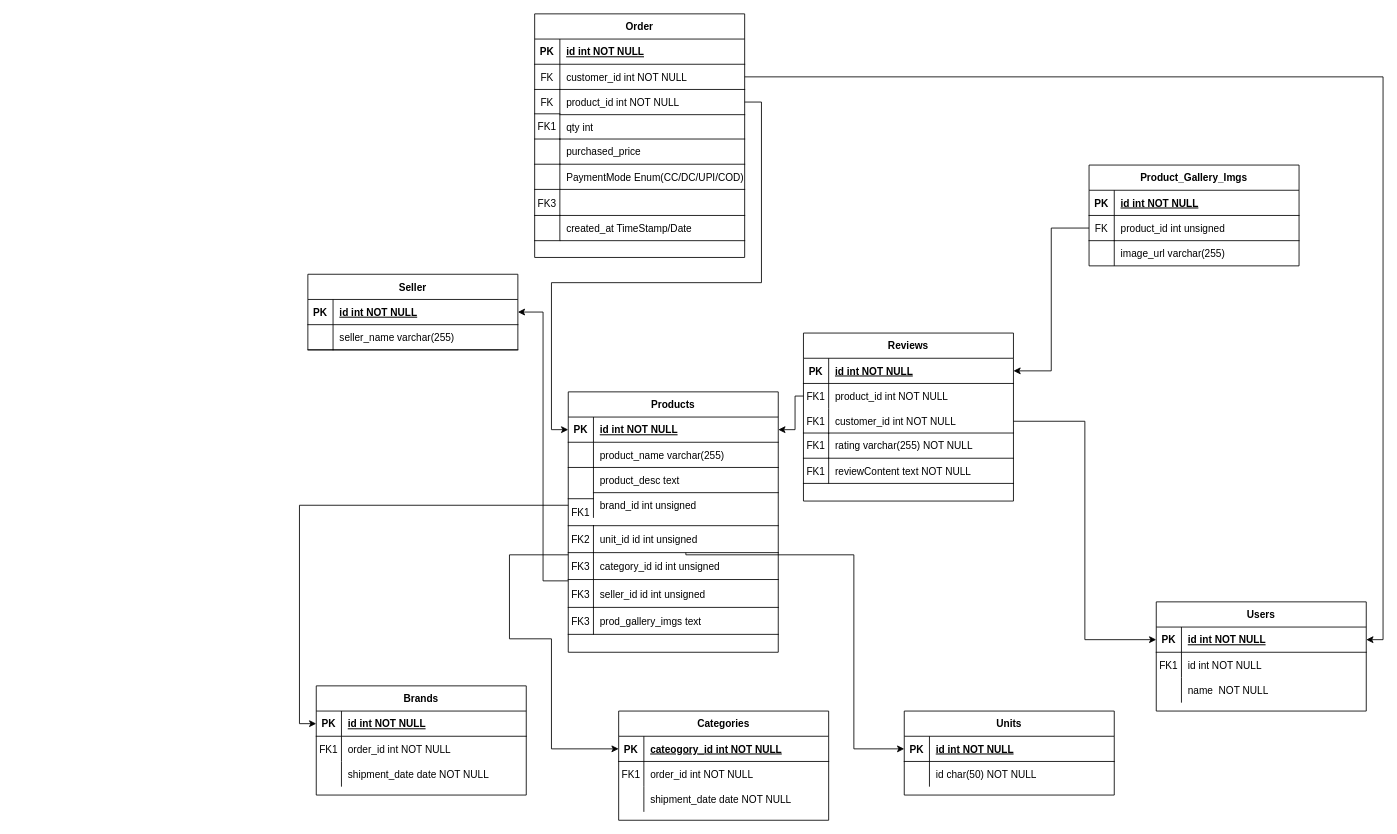
The draw.io diagram database/migrations/Untitled Diagram.drawio in yashmali408/new-laravel-project-, before the edit. Source tidied: cells renumbered, new cells numbered last; positions are measured from the earlier drawing's top-left corner, leaving out a move shared by most shapes. Both pictures are drawn from the tidied source at 84%, with x=0, y=0 at pixel (307, 13).
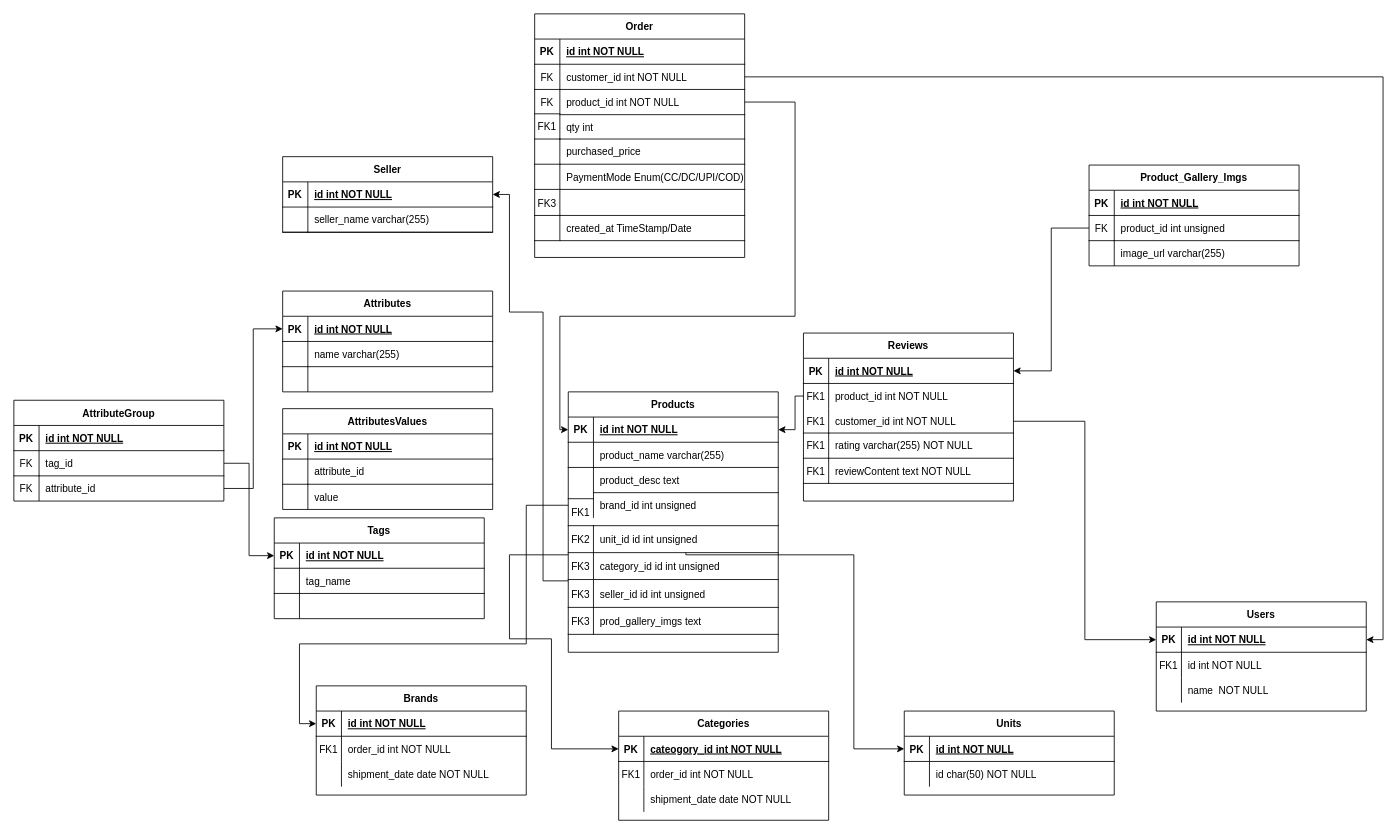
After the change.

Unchanged cells that the change refers to:
```xml
<mxCell id="3" style="shape=partialRectangle;fillColor=none;points=[[0,0.5],[1,0.5]];portConstraint=eastwest;top=0;left=0;right=0;bottom=1;" parent="2" vertex="1">
  <mxGeometry y="30" width="250" height="30" as="geometry" />
</mxCell>
<mxCell id="39" value="FK3" style="shape=partialRectangle;overflow=hidden;fillColor=none;top=0;left=0;bottom=1;right=0;" parent="37" vertex="1">
  <mxGeometry y="224.5" width="30" height="32.1" as="geometry" />
</mxCell>
<mxCell id="42" style="shape=partialRectangle;fillColor=none;points=[[0,0.5],[1,0.5]];portConstraint=eastwest;top=0;left=0;right=0;bottom=1;" parent="41" vertex="1">
  <mxGeometry y="30" width="250" height="30" as="geometry" />
</mxCell>
<mxCell id="51" style="shape=partialRectangle;fillColor=none;points=[[0,0.5],[1,0.5]];portConstraint=eastwest;top=0;left=0;right=0;bottom=0;" parent="41" vertex="1">
  <mxGeometry y="120" width="250" height="30" as="geometry" />
</mxCell>
<mxCell id="91" style="shape=partialRectangle;fillColor=none;points=[[0,0.5],[1,0.5]];portConstraint=eastwest;top=0;left=0;right=0;bottom=1;" parent="90" vertex="1">
  <mxGeometry y="30" width="250" height="30" as="geometry" />
</mxCell>
<mxCell id="130" style="shape=partialRectangle;fillColor=none;points=[[0,0.5],[1,0.5]];portConstraint=eastwest;top=0;left=0;right=0;bottom=0;" parent="123" vertex="1">
  <mxGeometry y="90" width="250" height="30" as="geometry" />
</mxCell>
```

Diff of the diagram source:
```diff
@@
     <mxCell id="29" style="edgeStyle=orthogonalEdgeStyle;rounded=0;jettySize=auto;html=1;entryX=0;entryY=0.5;entryDx=0;entryDy=0;" parent="1" edge="1" source="51" target="3">
-      <mxGeometry relative="1" as="geometry" />
+      <mxGeometry relative="1" as="geometry">
+        <Array as="points">
+          <mxPoint x="260" y="585" />
+          <mxPoint x="260" y="750" />
+          <mxPoint x="-10" y="750" />
+          <mxPoint x="-10" y="845" />
+        </Array>
+      </mxGeometry>
     </mxCell>
@@
     <mxCell id="87" style="group;" parent="1" vertex="1">
-      <mxGeometry y="310" width="250" height="120" as="geometry" />
+      <mxGeometry x="-30" y="170" width="250" height="120" as="geometry" />
     </mxCell>
@@
     <mxCell id="97" style="edgeStyle=orthogonalEdgeStyle;rounded=0;jettySize=auto;html=1;entryX=1;entryY=0.5;entryDx=0;entryDy=0;" parent="1" edge="1" source="39" target="91">
       <mxGeometry relative="1" as="geometry">
         <Array as="points">
           <mxPoint x="280" y="675" />
           <mxPoint x="280" y="355" />
+          <mxPoint x="240" y="355" />
+          <mxPoint x="240" y="215" />
         </Array>
       </mxGeometry>
     </mxCell>
@@
     <mxCell id="141" style="edgeStyle=orthogonalEdgeStyle;rounded=0;jettySize=auto;html=1;entryX=0;entryY=0.5;entryDx=0;entryDy=0;" parent="1" edge="1" source="130" target="42">
       <mxGeometry relative="1" as="geometry">
         <Array as="points">
-          <mxPoint x="540" y="105" />
-          <mxPoint x="540" y="320" />
-          <mxPoint x="290" y="320" />
-          <mxPoint x="290" y="495" />
+          <mxPoint x="580" y="105" />
+          <mxPoint x="580" y="360" />
+          <mxPoint x="300" y="360" />
+          <mxPoint x="300" y="495" />
         </Array>
       </mxGeometry>
     </mxCell>
+    <mxCell id="142" style="group;" parent="1" vertex="1">
+      <mxGeometry x="-30" y="330" width="250" height="120" as="geometry" />
+    </mxCell>
+    <mxCell id="143" value="Attributes" style="shape=table;startSize=30;childLayout=tableLayout;rowLines=0;fontStyle=1;align=center;" parent="142" vertex="1">
+      <mxGeometry width="250" height="120" as="geometry" />
+    </mxCell>
+    <mxCell id="144" style="shape=partialRectangle;fillColor=none;points=[[0,0.5],[1,0.5]];portConstraint=eastwest;top=0;left=0;right=0;bottom=1;" parent="143" vertex="1">
+      <mxGeometry y="30" width="250" height="30" as="geometry" />
+    </mxCell>
+    <mxCell id="145" value="PK" style="shape=partialRectangle;overflow=hidden;fillColor=none;top=0;left=0;bottom=0;right=0;fontStyle=1;" parent="144" vertex="1">
+      <mxGeometry width="30" height="30" as="geometry" />
+    </mxCell>
+    <mxCell id="146" value="id int NOT NULL " style="shape=partialRectangle;overflow=hidden;fillColor=none;top=0;left=0;bottom=0;right=0;align=left;spacingLeft=6;fontStyle=5;" parent="144" vertex="1">
+      <mxGeometry x="30" width="220" height="30" as="geometry" />
+    </mxCell>
+    <mxCell id="147" style="shape=partialRectangle;fillColor=none;top=0;left=0;right=0;bottom=0;" parent="143" vertex="1">
+      <mxGeometry y="60" width="250" height="30" as="geometry" />
+    </mxCell>
+    <mxCell id="148" style="shape=partialRectangle;overflow=hidden;fillColor=none;top=0;left=0;bottom=1;right=0;" parent="147" vertex="1">
+      <mxGeometry width="30" height="30" as="geometry" />
+    </mxCell>
+    <mxCell id="149" value="name varchar(255)" style="shape=partialRectangle;overflow=hidden;fillColor=none;top=0;left=0;bottom=1;right=0;align=left;spacingLeft=6;" parent="147" vertex="1">
+      <mxGeometry x="30" width="220" height="30" as="geometry" />
+    </mxCell>
+    <mxCell id="150" style="shape=partialRectangle;fillColor=none;top=0;left=0;right=0;bottom=0;" parent="143" vertex="1">
+      <mxGeometry y="90" width="250" height="30" as="geometry" />
+    </mxCell>
+    <mxCell id="151" style="shape=partialRectangle;overflow=hidden;fillColor=none;top=0;left=0;bottom=0;right=0;" parent="150" vertex="1">
+      <mxGeometry width="30" height="30" as="geometry" />
+    </mxCell>
+    <mxCell id="152" style="shape=partialRectangle;overflow=hidden;fillColor=none;top=0;left=0;bottom=0;right=0;align=left;spacingLeft=6;" parent="150" vertex="1">
+      <mxGeometry x="30" width="220" height="30" as="geometry" />
+    </mxCell>
+    <mxCell id="153" style="shape=partialRectangle;overflow=hidden;fillColor=none;top=0;left=0;bottom=0;right=0;" parent="142" vertex="1">
+      <mxGeometry y="54" width="30" height="18" as="geometry" />
+    </mxCell>
+    <mxCell id="154" style="group;" parent="1" vertex="1">
+      <mxGeometry x="-350" y="460" width="250" height="120" as="geometry" />
+    </mxCell>
+    <mxCell id="155" value="AttributeGroup" style="shape=table;startSize=30;childLayout=tableLayout;rowLines=0;fontStyle=1;align=center;" parent="154" vertex="1">
+      <mxGeometry width="250" height="120" as="geometry" />
+    </mxCell>
+    <mxCell id="156" style="shape=partialRectangle;fillColor=none;top=0;left=0;right=0;bottom=1;" parent="155" vertex="1">
+      <mxGeometry y="30" width="250" height="30" as="geometry" />
+    </mxCell>
+    <mxCell id="157" value="PK" style="shape=partialRectangle;overflow=hidden;fillColor=none;top=0;left=0;bottom=0;right=0;fontStyle=1;" parent="156" vertex="1">
+      <mxGeometry width="30" height="30" as="geometry" />
+    </mxCell>
+    <mxCell id="158" value="id int NOT NULL " style="shape=partialRectangle;overflow=hidden;fillColor=none;top=0;left=0;bottom=0;right=0;align=left;spacingLeft=6;fontStyle=5;" parent="156" vertex="1">
+      <mxGeometry x="30" width="220" height="30" as="geometry" />
+    </mxCell>
+    <mxCell id="159" style="shape=partialRectangle;fillColor=none;points=[[0,0.5],[1,0.5]];portConstraint=eastwest;top=0;left=0;right=0;bottom=0;" parent="155" vertex="1">
+      <mxGeometry y="60" width="250" height="30" as="geometry" />
+    </mxCell>
+    <mxCell id="160" value="FK" style="shape=partialRectangle;overflow=hidden;fillColor=none;top=0;left=0;bottom=1;right=0;" parent="159" vertex="1">
+      <mxGeometry width="30" height="30" as="geometry" />
+    </mxCell>
+    <mxCell id="161" value="tag_id" style="shape=partialRectangle;overflow=hidden;fillColor=none;top=0;left=0;bottom=1;right=0;align=left;spacingLeft=6;" parent="159" vertex="1">
+      <mxGeometry x="30" width="220" height="30" as="geometry" />
+    </mxCell>
+    <mxCell id="162" style="shape=partialRectangle;fillColor=none;points=[[0,0.5],[1,0.5]];portConstraint=eastwest;top=0;left=0;right=0;bottom=0;" parent="155" vertex="1">
+      <mxGeometry y="90" width="250" height="30" as="geometry" />
+    </mxCell>
+    <mxCell id="163" value="FK" style="shape=partialRectangle;overflow=hidden;fillColor=none;top=0;left=0;bottom=0;right=0;" parent="162" vertex="1">
+      <mxGeometry width="30" height="30" as="geometry" />
+    </mxCell>
+    <mxCell id="164" value="attribute_id" style="shape=partialRectangle;overflow=hidden;fillColor=none;top=0;left=0;bottom=0;right=0;align=left;spacingLeft=6;" parent="162" vertex="1">
+      <mxGeometry x="30" width="220" height="30" as="geometry" />
+    </mxCell>
+    <mxCell id="165" style="shape=partialRectangle;overflow=hidden;fillColor=none;top=0;left=0;bottom=0;right=0;" parent="154" vertex="1">
+      <mxGeometry y="54" width="30" height="18" as="geometry" />
+    </mxCell>
+    <mxCell id="166" style="edgeStyle=orthogonalEdgeStyle;rounded=0;jettySize=auto;html=1;entryX=0;entryY=0.5;entryDx=0;entryDy=0;" parent="1" edge="1" source="162" target="144">
+      <mxGeometry relative="1" as="geometry" />
+    </mxCell>
+    <mxCell id="167" style="group;" parent="1" vertex="1">
+      <mxGeometry x="-40" y="600" width="250" height="120" as="geometry" />
+    </mxCell>
+    <mxCell id="168" value="Tags" style="shape=table;startSize=30;childLayout=tableLayout;rowLines=0;fontStyle=1;align=center;" parent="167" vertex="1">
+      <mxGeometry width="250" height="120" as="geometry" />
+    </mxCell>
+    <mxCell id="169" style="shape=partialRectangle;fillColor=none;points=[[0,0.5],[1,0.5]];portConstraint=eastwest;top=0;left=0;right=0;bottom=1;" parent="168" vertex="1">
+      <mxGeometry y="30" width="250" height="30" as="geometry" />
+    </mxCell>
+    <mxCell id="170" value="PK" style="shape=partialRectangle;overflow=hidden;fillColor=none;top=0;left=0;bottom=0;right=0;fontStyle=1;" parent="169" vertex="1">
+      <mxGeometry width="30" height="30" as="geometry" />
+    </mxCell>
+    <mxCell id="171" value="id int NOT NULL " style="shape=partialRectangle;overflow=hidden;fillColor=none;top=0;left=0;bottom=0;right=0;align=left;spacingLeft=6;fontStyle=5;" parent="169" vertex="1">
+      <mxGeometry x="30" width="220" height="30" as="geometry" />
+    </mxCell>
+    <mxCell id="172" style="shape=partialRectangle;fillColor=none;top=0;left=0;right=0;bottom=0;" parent="168" vertex="1">
+      <mxGeometry y="60" width="250" height="30" as="geometry" />
+    </mxCell>
+    <mxCell id="173" style="shape=partialRectangle;overflow=hidden;fillColor=none;top=0;left=0;bottom=1;right=0;" parent="172" vertex="1">
+      <mxGeometry width="30" height="30" as="geometry" />
+    </mxCell>
+    <mxCell id="174" value="tag_name" style="shape=partialRectangle;overflow=hidden;fillColor=none;top=0;left=0;bottom=1;right=0;align=left;spacingLeft=6;" parent="172" vertex="1">
+      <mxGeometry x="30" width="220" height="30" as="geometry" />
+    </mxCell>
+    <mxCell id="175" style="shape=partialRectangle;fillColor=none;top=0;left=0;right=0;bottom=0;" parent="168" vertex="1">
+      <mxGeometry y="90" width="250" height="30" as="geometry" />
+    </mxCell>
+    <mxCell id="176" style="shape=partialRectangle;overflow=hidden;fillColor=none;top=0;left=0;bottom=0;right=0;" parent="175" vertex="1">
+      <mxGeometry width="30" height="30" as="geometry" />
+    </mxCell>
+    <mxCell id="177" style="shape=partialRectangle;overflow=hidden;fillColor=none;top=0;left=0;bottom=0;right=0;align=left;spacingLeft=6;" parent="175" vertex="1">
+      <mxGeometry x="30" width="220" height="30" as="geometry" />
+    </mxCell>
+    <mxCell id="178" style="shape=partialRectangle;overflow=hidden;fillColor=none;top=0;left=0;bottom=0;right=0;" parent="167" vertex="1">
+      <mxGeometry y="54" width="30" height="18" as="geometry" />
+    </mxCell>
+    <mxCell id="179" style="edgeStyle=orthogonalEdgeStyle;rounded=0;jettySize=auto;html=1;entryX=0;entryY=0.5;entryDx=0;entryDy=0;" parent="1" edge="1" source="159" target="169">
+      <mxGeometry relative="1" as="geometry" />
+    </mxCell>
+    <mxCell id="180" value="AttributesValues" style="shape=table;startSize=30;childLayout=tableLayout;rowLines=0;fontStyle=1;align=center;" parent="1" vertex="1">
+      <mxGeometry x="-30" y="470" width="250" height="120" as="geometry" />
+    </mxCell>
+    <mxCell id="181" style="shape=partialRectangle;fillColor=none;top=0;left=0;right=0;bottom=1;" parent="180" vertex="1">
+      <mxGeometry y="30" width="250" height="30" as="geometry" />
+    </mxCell>
+    <mxCell id="182" value="PK" style="shape=partialRectangle;overflow=hidden;fillColor=none;top=0;left=0;bottom=0;right=0;fontStyle=1;" parent="181" vertex="1">
+      <mxGeometry width="30" height="30" as="geometry" />
+    </mxCell>
+    <mxCell id="183" value="id int NOT NULL " style="shape=partialRectangle;overflow=hidden;fillColor=none;top=0;left=0;bottom=0;right=0;align=left;spacingLeft=6;fontStyle=5;" parent="181" vertex="1">
+      <mxGeometry x="30" width="220" height="30" as="geometry" />
+    </mxCell>
+    <mxCell id="184" style="shape=partialRectangle;fillColor=none;top=0;left=0;right=0;bottom=0;" parent="180" vertex="1">
+      <mxGeometry y="60" width="250" height="30" as="geometry" />
+    </mxCell>
+    <mxCell id="185" style="shape=partialRectangle;overflow=hidden;fillColor=none;top=0;left=0;bottom=1;right=0;" parent="184" vertex="1">
+      <mxGeometry width="30" height="30" as="geometry" />
+    </mxCell>
+    <mxCell id="186" value="attribute_id" style="shape=partialRectangle;overflow=hidden;fillColor=none;top=0;left=0;bottom=1;right=0;align=left;spacingLeft=6;" parent="184" vertex="1">
+      <mxGeometry x="30" width="220" height="30" as="geometry" />
+    </mxCell>
+    <mxCell id="187" style="shape=partialRectangle;fillColor=none;top=0;left=0;right=0;bottom=0;" parent="180" vertex="1">
+      <mxGeometry y="90" width="250" height="30" as="geometry" />
+    </mxCell>
+    <mxCell id="188" style="shape=partialRectangle;overflow=hidden;fillColor=none;top=0;left=0;bottom=0;right=0;" parent="187" vertex="1">
+      <mxGeometry width="30" height="30" as="geometry" />
+    </mxCell>
+    <mxCell id="189" value="value" style="shape=partialRectangle;overflow=hidden;fillColor=none;top=0;left=0;bottom=0;right=0;align=left;spacingLeft=6;" parent="187" vertex="1">
+      <mxGeometry x="30" width="220" height="30" as="geometry" />
+    </mxCell>
```
